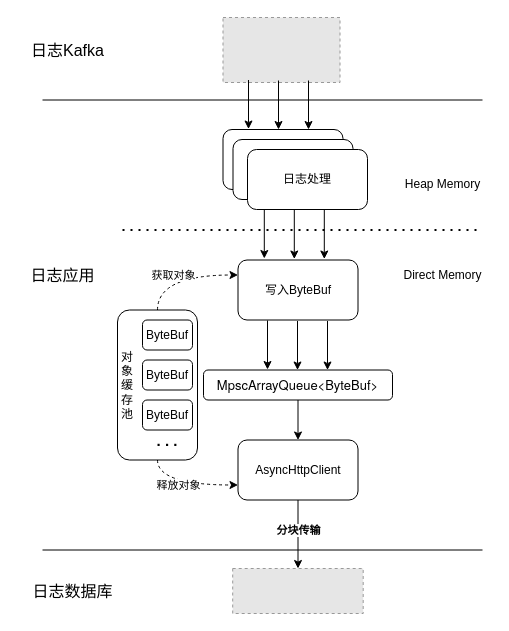
maxuewen/draw.io keeps this draw.io diagram as page "数据写入方案三" (3 of 3) of Doris接入分享.drawio. Above is the earlier version. Source tidied: cells renumbered, new cells numbered last; positions are measured from the earlier drawing's top-left corner, leaving out a move shared by most shapes. Both pictures are drawn from the tidied source at 100%, with x=0, y=0 at pixel (17, 17). Pictures stored in the file or linked from it are replaced by grey dashed boxes.
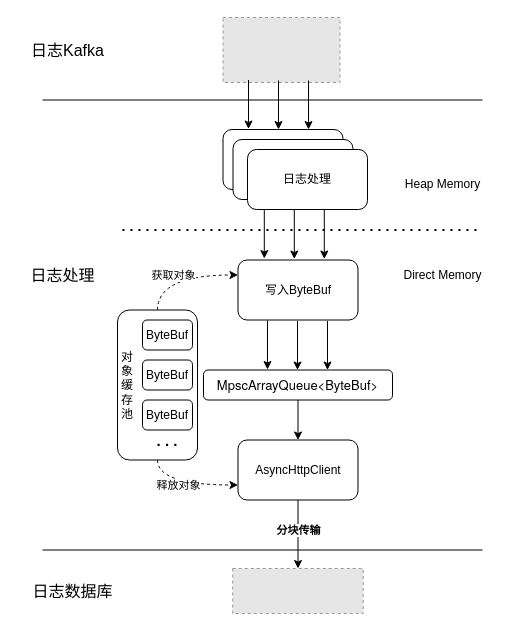
The same diagram, later.

What changed in the source:
```diff
@@
-    <mxCell id="15" value="&lt;font style=&quot;font-size: 16px;&quot;&gt;日志应用&lt;/font&gt;" style="text;html=1;align=center;verticalAlign=middle;strokeColor=none;fillColor=none;" parent="1" vertex="1">
+    <mxCell id="15" value="&lt;font style=&quot;font-size: 16px;&quot;&gt;日志处理&lt;/font&gt;" style="text;html=1;align=center;verticalAlign=middle;strokeColor=none;fillColor=none;" parent="1" vertex="1">
       <mxGeometry y="242.5" width="90" height="30" as="geometry" />
     </mxCell>
```
